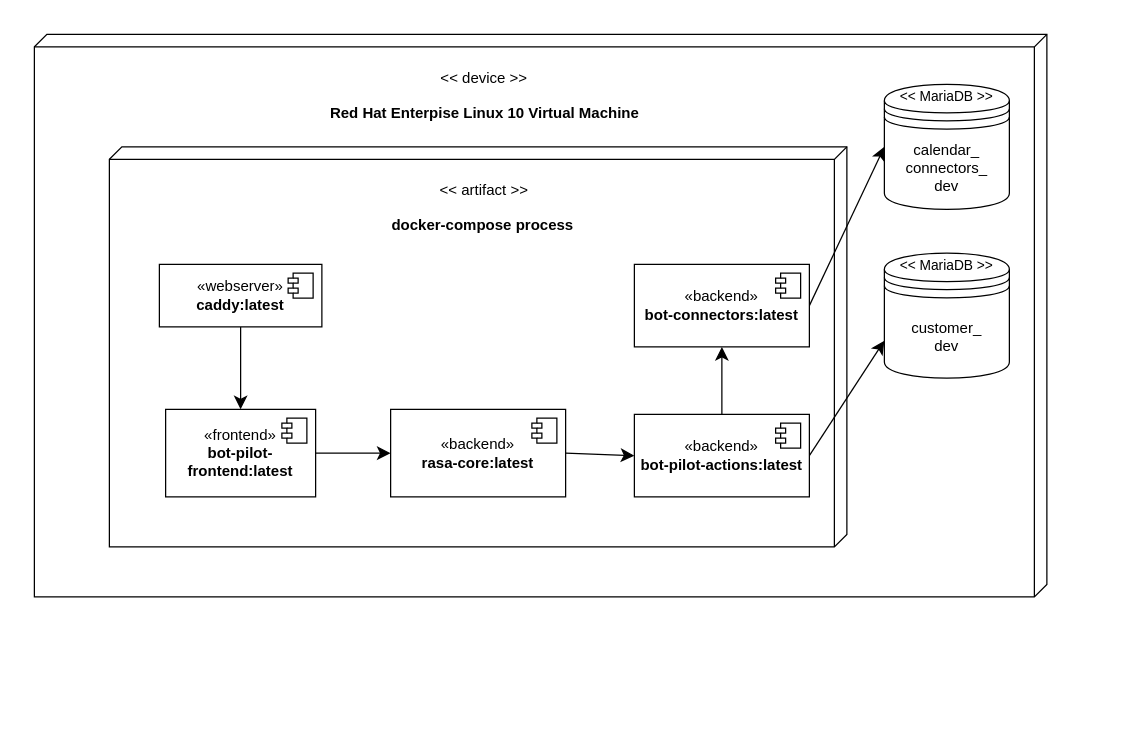
This is documentation/diagrams/deployment_view/deployment_view_dev_stage_mvp.drawio from normanboettcher/BotPilot, a draw.io file, before an edit. Source tidied: cells renumbered, new cells numbered last; positions are measured from the earlier drawing's top-left corner, leaving out a move shared by most shapes. Both pictures are drawn from the tidied source at 125%, with x=0, y=0 at pixel (34, 34).
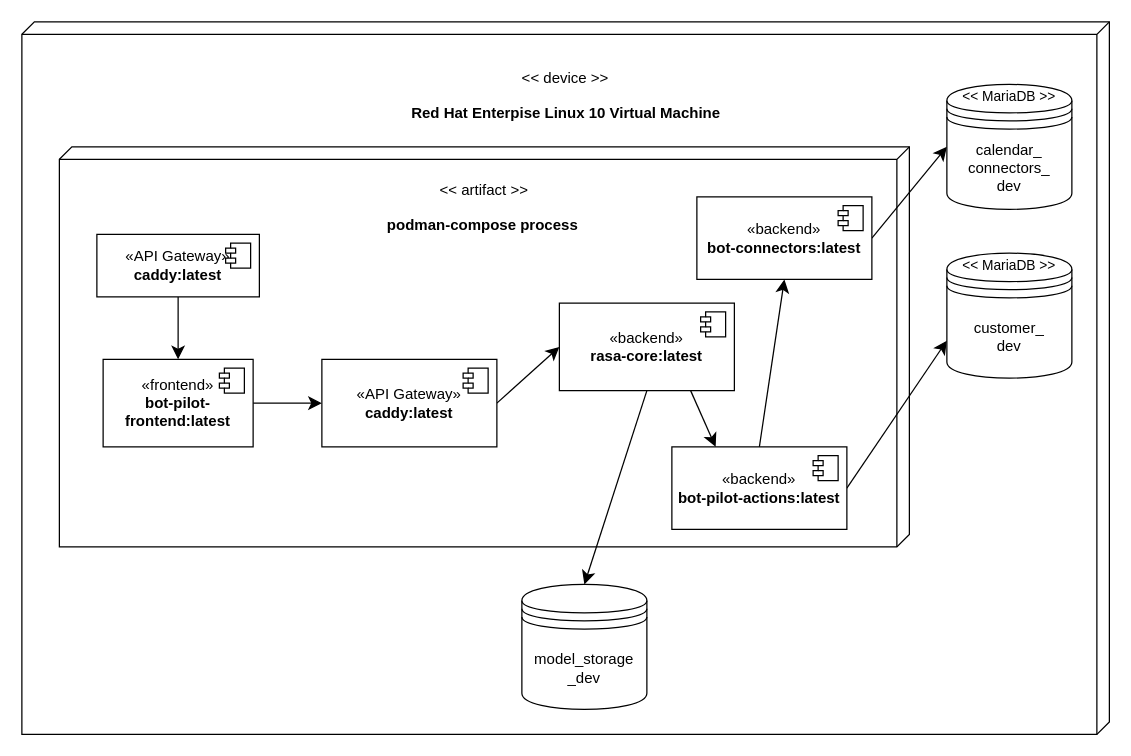
Above is the later version.

Commit message (it also covers changes not shown here):
Changed - Deployment view diagram for dev stage

Change to the diagram source:
```diff
@@
     <mxCell id="2" style="verticalAlign=top;align=left;spacingTop=8;spacingLeft=2;spacingRight=12;shape=cube;size=10;direction=south;fontStyle=4;html=1;whiteSpace=wrap;" parent="1" vertex="1">
-      <mxGeometry width="810" height="450" as="geometry" />
+      <mxGeometry x="-10" y="-10" width="870" height="570" as="geometry" />
     </mxCell>
     <mxCell id="3" value="&amp;lt;&amp;lt; device &amp;gt;&amp;gt;" style="text;html=1;whiteSpace=wrap;strokeColor=none;fillColor=none;align=center;verticalAlign=middle;rounded=0;" parent="1" vertex="1">
-      <mxGeometry x="280" y="20" width="160" height="30" as="geometry" />
+      <mxGeometry x="345" y="20" width="160" height="30" as="geometry" />
     </mxCell>
     <mxCell id="4" style="verticalAlign=top;align=left;spacingTop=8;spacingLeft=2;spacingRight=12;shape=cube;size=10;direction=south;fontStyle=4;html=1;whiteSpace=wrap;" parent="1" vertex="1">
-      <mxGeometry x="60" y="90" width="590" height="320" as="geometry" />
+      <mxGeometry x="20" y="90" width="680" height="320" as="geometry" />
     </mxCell>
     <mxCell id="5" value="Red Hat Enterpise Linux 10 Virtual Machine" style="text;align=center;fontStyle=1;verticalAlign=middle;spacingLeft=3;spacingRight=3;strokeColor=none;html=1;" parent="1" vertex="1">
-      <mxGeometry x="275" y="50" width="170" height="26" as="geometry" />
+      <mxGeometry x="340" y="50" width="170" height="26" as="geometry" />
     </mxCell>
@@
-    <mxCell id="7" value="docker-compose process&amp;nbsp;" style="text;align=center;fontStyle=1;verticalAlign=middle;spacingLeft=3;spacingRight=3;strokeColor=none;html=1;" parent="1" vertex="1">
+    <mxCell id="7" value="podman-compose process&amp;nbsp;" style="text;align=center;fontStyle=1;verticalAlign=middle;spacingLeft=3;spacingRight=3;strokeColor=none;html=1;" parent="1" vertex="1">
       <mxGeometry x="285" y="140" width="150" height="26" as="geometry" />
     </mxCell>
@@
-    <mxCell id="9" value="«webserver»&lt;br&gt;&lt;b&gt;caddy:latest&lt;/b&gt;" style="html=1;whiteSpace=wrap;" parent="1" vertex="1">
-      <mxGeometry x="100" y="184" width="130" height="50" as="geometry" />
+    <mxCell id="9" value="«API Gateway»&lt;br&gt;&lt;b&gt;caddy:latest&lt;/b&gt;" style="html=1;whiteSpace=wrap;" parent="1" vertex="1">
+      <mxGeometry x="50" y="160" width="130" height="50" as="geometry" />
     </mxCell>
@@
     <mxCell id="12" value="&lt;div&gt;«frontend»&lt;b&gt;&lt;br&gt;&lt;/b&gt;&lt;/div&gt;&lt;div&gt;&lt;b&gt;bot-pilot-frontend:latest&lt;/b&gt;&lt;/div&gt;" style="html=1;whiteSpace=wrap;" parent="1" vertex="1">
-      <mxGeometry x="105" y="300" width="120" height="70" as="geometry" />
+      <mxGeometry x="55" y="260" width="120" height="70" as="geometry" />
     </mxCell>
@@
-    <mxCell id="14" style="edgeStyle=none;curved=1;rounded=0;jettySize=auto;html=1;exitX=1;exitY=0.5;exitDx=0;exitDy=0;entryX=0;entryY=0.5;entryDx=0;entryDy=0;fontSize=12;startSize=8;endSize=8;" parent="1" edge="1" source="15" target="19">
-      <mxGeometry relative="1" as="geometry" />
-    </mxCell>
+    <mxCell id="28" style="edgeStyle=none;curved=1;rounded=0;jettySize=auto;html=1;exitX=1;exitY=0.5;exitDx=0;exitDy=0;entryX=0;entryY=0.5;entryDx=0;entryDy=0;fontSize=12;startSize=8;endSize=8;" parent="1" edge="1" source="15" target="31">
+      <mxGeometry relative="1" as="geometry" />
+    </mxCell>
-    <mxCell id="15" value="&lt;div&gt;«backend»&lt;b&gt;&lt;br&gt;&lt;/b&gt;&lt;/div&gt;&lt;div&gt;&lt;b&gt;rasa-core:latest&lt;/b&gt;&lt;/div&gt;" style="html=1;whiteSpace=wrap;" parent="1" vertex="1">
-      <mxGeometry x="285" y="300" width="140" height="70" as="geometry" />
+    <mxCell id="15" value="&lt;div&gt;«API Gateway»&lt;b&gt;&lt;br&gt;&lt;/b&gt;&lt;/div&gt;&lt;div&gt;&lt;b&gt;caddy:latest&lt;/b&gt;&lt;/div&gt;" style="html=1;whiteSpace=wrap;" parent="1" vertex="1">
+      <mxGeometry x="230" y="260" width="140" height="70" as="geometry" />
     </mxCell>
@@
     <mxCell id="19" value="&lt;div&gt;«backend»&lt;b&gt;&lt;br&gt;&lt;/b&gt;&lt;/div&gt;&lt;div&gt;&lt;b&gt;bot-pilot-actions:latest&lt;/b&gt;&lt;/div&gt;" style="html=1;whiteSpace=wrap;" parent="1" vertex="1">
-      <mxGeometry x="480" y="304" width="140" height="66" as="geometry" />
+      <mxGeometry x="510" y="330" width="140" height="66" as="geometry" />
     </mxCell>
@@
     <mxCell id="22" value="&lt;div&gt;«backend»&lt;b&gt;&lt;br&gt;&lt;/b&gt;&lt;/div&gt;&lt;div&gt;&lt;b&gt;bot-connectors:latest&lt;/b&gt;&lt;/div&gt;" style="html=1;whiteSpace=wrap;" parent="1" vertex="1">
-      <mxGeometry x="480" y="184" width="140" height="66" as="geometry" />
+      <mxGeometry x="530" y="130" width="140" height="66" as="geometry" />
     </mxCell>
@@
     <mxCell id="24" value="calendar_&lt;br&gt;connectors_&lt;br&gt;dev" style="shape=datastore;whiteSpace=wrap;html=1;" parent="1" vertex="1">
-      <mxGeometry x="680" y="40" width="100" height="100" as="geometry" />
+      <mxGeometry x="730" y="40" width="100" height="100" as="geometry" />
     </mxCell>
     <mxCell id="25" value="&amp;lt;&amp;lt; MariaDB &amp;gt;&amp;gt;" style="text;html=1;whiteSpace=wrap;strokeColor=none;fillColor=none;align=center;verticalAlign=middle;rounded=0;fontSize=11;" parent="1" vertex="1">
-      <mxGeometry x="680" y="40" width="100" height="20" as="geometry" />
+      <mxGeometry x="730" y="40" width="100" height="20" as="geometry" />
     </mxCell>
     <mxCell id="26" value="customer_&lt;br&gt;dev" style="shape=datastore;whiteSpace=wrap;html=1;" parent="1" vertex="1">
-      <mxGeometry x="680" y="175" width="100" height="100" as="geometry" />
+      <mxGeometry x="730" y="175" width="100" height="100" as="geometry" />
     </mxCell>
     <mxCell id="27" value="&amp;lt;&amp;lt; MariaDB &amp;gt;&amp;gt;" style="text;html=1;whiteSpace=wrap;strokeColor=none;fillColor=none;align=center;verticalAlign=middle;rounded=0;fontSize=11;" parent="1" vertex="1">
-      <mxGeometry x="680" y="175" width="100" height="20" as="geometry" />
+      <mxGeometry x="730" y="175" width="100" height="20" as="geometry" />
     </mxCell>
+    <mxCell id="29" style="edgeStyle=none;curved=1;rounded=0;jettySize=auto;html=1;exitX=0.75;exitY=1;exitDx=0;exitDy=0;entryX=0.25;entryY=0;entryDx=0;entryDy=0;fontSize=12;startSize=8;endSize=8;" parent="1" edge="1" source="31" target="19">
+      <mxGeometry relative="1" as="geometry" />
+    </mxCell>
+    <mxCell id="30" style="edgeStyle=none;curved=1;rounded=0;jettySize=auto;html=1;exitX=0.5;exitY=1;exitDx=0;exitDy=0;entryX=0.5;entryY=0;entryDx=0;entryDy=0;fontSize=12;startSize=8;endSize=8;" parent="1" edge="1" source="31" target="33">
+      <mxGeometry relative="1" as="geometry" />
+    </mxCell>
+    <mxCell id="31" value="&lt;div&gt;«backend»&lt;b&gt;&lt;br&gt;&lt;/b&gt;&lt;/div&gt;&lt;div&gt;&lt;b&gt;rasa-core:latest&lt;/b&gt;&lt;/div&gt;" style="html=1;whiteSpace=wrap;" parent="1" vertex="1">
+      <mxGeometry x="420" y="215" width="140" height="70" as="geometry" />
+    </mxCell>
+    <mxCell id="32" style="shape=module;jettyWidth=8;jettyHeight=4;" parent="31" vertex="1">
+      <mxGeometry x="1" width="20" height="20" relative="1" as="geometry">
+        <mxPoint x="-27" y="7" as="offset" />
+      </mxGeometry>
+    </mxCell>
+    <mxCell id="33" value="model_storage&lt;br&gt;_dev" style="shape=datastore;whiteSpace=wrap;html=1;" parent="1" vertex="1">
+      <mxGeometry x="390" y="440" width="100" height="100" as="geometry" />
+    </mxCell>
```
